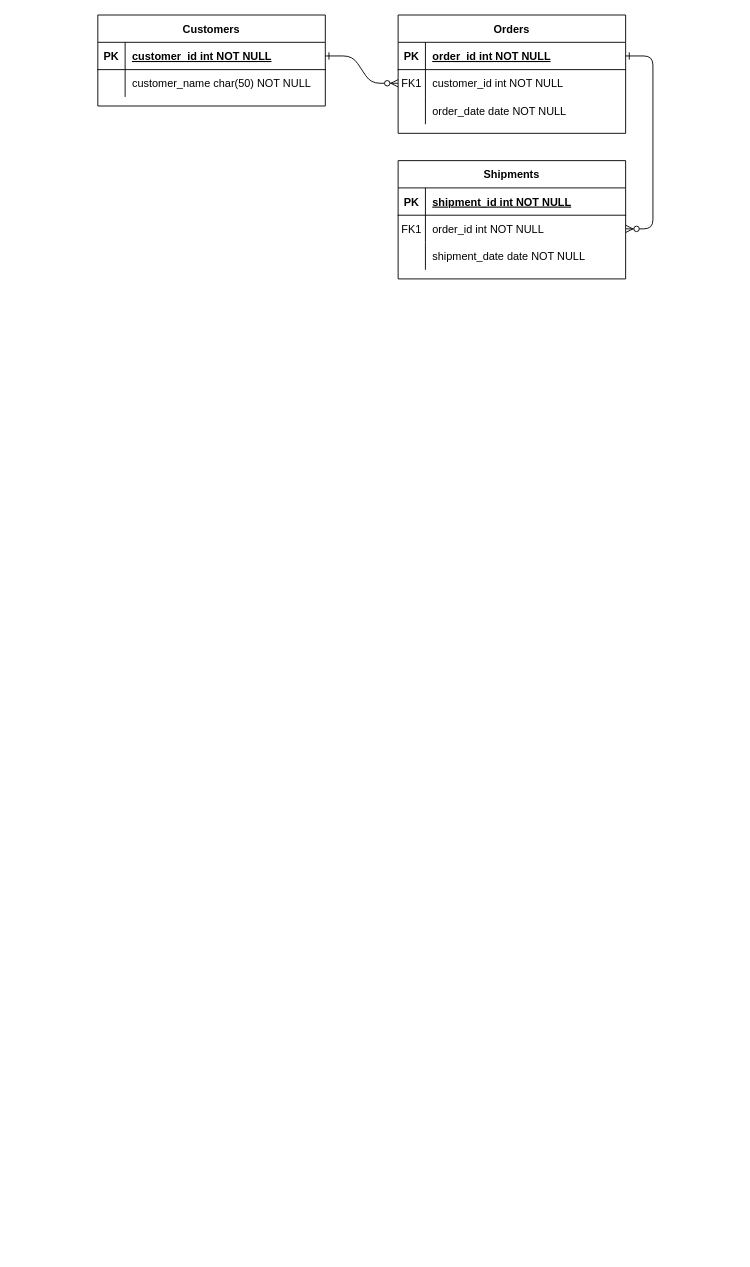
Before: Диаграмма без названия.drawio in chingachguk1977/Billboard_Tutorial, a draw.io diagram. Source tidied: cells renumbered, new cells numbered last; positions are measured from the earlier drawing's top-left corner, leaving out a move shared by most shapes. Both pictures are drawn from the tidied source at 91%, with x=0, y=0 at pixel (97, 15).
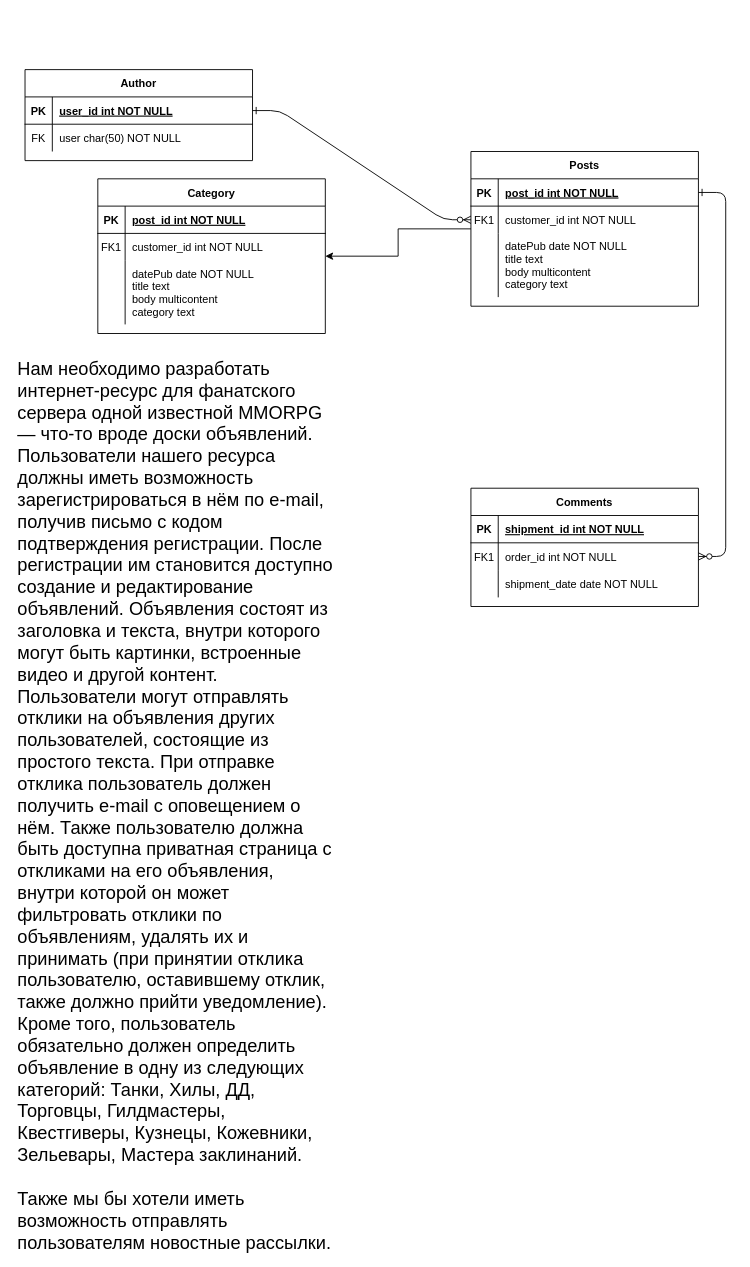
The same diagram, later.

Commit message:
Обновление Диаграмма моделей.drawio

Unchanged cells that the change refers to:
```xml
<mxCell id="5" style="shape=partialRectangle;fillColor=none;points=[[0,0.5],[1,0.5]];portConstraint=eastwest;top=0;left=0;right=0;bottom=1;" parent="4" vertex="1">
  <mxGeometry y="30" width="250" height="30" as="geometry" />
</mxCell>
<mxCell id="25" style="shape=partialRectangle;fillColor=none;points=[[0,0.5],[1,0.5]];portConstraint=eastwest;top=0;left=0;right=0;bottom=1;" parent="24" vertex="1">
  <mxGeometry y="30" width="250" height="30" as="geometry" />
</mxCell>
<mxCell id="28" style="shape=partialRectangle;fillColor=none;top=0;left=0;right=0;bottom=0;" parent="24" vertex="1">
  <mxGeometry y="60" width="250" height="30" as="geometry" />
</mxCell>
```

What changed in the source:
```diff
@@
+    <mxCell id="31" style="edgeStyle=orthogonalEdgeStyle;rounded=0;jettySize=auto;html=1;" parent="1" edge="1" source="4" target="33">
+      <mxGeometry relative="1" as="geometry" />
+    </mxCell>
-    <mxCell id="4" value="Orders" style="shape=table;startSize=30;childLayout=tableLayout;rowLines=0;fontStyle=1;align=center;" parent="1" vertex="1">
-      <mxGeometry x="330" width="250" height="130" as="geometry" />
+    <mxCell id="4" value="Posts" style="shape=table;startSize=30;childLayout=tableLayout;rowLines=0;fontStyle=1;align=center;" parent="1" vertex="1">
+      <mxGeometry x="410" y="150" width="250" height="170" as="geometry" />
     </mxCell>
@@
-    <mxCell id="7" value="order_id int NOT NULL " style="shape=partialRectangle;overflow=hidden;fillColor=none;top=0;left=0;bottom=0;right=0;align=left;spacingLeft=6;fontStyle=5;" parent="5" vertex="1">
+    <mxCell id="7" value="post_id int NOT NULL " style="shape=partialRectangle;overflow=hidden;fillColor=none;top=0;left=0;bottom=0;right=0;align=left;spacingLeft=6;fontStyle=5;" parent="5" vertex="1">
       <mxGeometry x="30" width="220" height="30" as="geometry" />
     </mxCell>
@@
     <mxCell id="11" style="shape=partialRectangle;fillColor=none;top=0;left=0;right=0;bottom=0;" parent="4" vertex="1">
-      <mxGeometry y="90" width="250" height="30" as="geometry" />
+      <mxGeometry y="90" width="250" height="70" as="geometry" />
     </mxCell>
     <mxCell id="12" style="shape=partialRectangle;overflow=hidden;fillColor=none;top=0;left=0;bottom=0;right=0;" parent="11" vertex="1">
-      <mxGeometry width="30" height="30" as="geometry" />
+      <mxGeometry width="30" height="70" as="geometry" />
     </mxCell>
-    <mxCell id="13" value="order_date date NOT NULL" style="shape=partialRectangle;overflow=hidden;fillColor=none;top=0;left=0;bottom=0;right=0;align=left;spacingLeft=6;" parent="11" vertex="1">
-      <mxGeometry x="30" width="220" height="30" as="geometry" />
+    <mxCell id="13" value="datePub date NOT NULL&#10;title text&#10;body multicontent&#10;category text" style="shape=partialRectangle;overflow=hidden;fillColor=none;top=0;left=0;bottom=0;right=0;align=left;spacingLeft=6;" parent="11" vertex="1">
+      <mxGeometry x="30" width="220" height="70" as="geometry" />
     </mxCell>
-    <mxCell id="14" value="Shipments" style="shape=table;startSize=30;childLayout=tableLayout;rowLines=0;fontStyle=1;align=center;" parent="1" vertex="1">
-      <mxGeometry x="330" y="160" width="250" height="130" as="geometry" />
+    <mxCell id="14" value="Comments" style="shape=table;startSize=30;childLayout=tableLayout;rowLines=0;fontStyle=1;align=center;" parent="1" vertex="1">
+      <mxGeometry x="410" y="520" width="250" height="130" as="geometry" />
     </mxCell>
@@
-    <mxCell id="24" value="Customers" style="shape=table;startSize=30;childLayout=tableLayout;rowLines=0;fontStyle=1;align=center;" parent="1" vertex="1">
-      <mxGeometry width="250" height="100" as="geometry" />
+    <mxCell id="24" value="Author" style="shape=table;startSize=30;childLayout=tableLayout;rowLines=0;fontStyle=1;align=center;" parent="1" vertex="1">
+      <mxGeometry x="-80" y="60" width="250" height="100" as="geometry" />
     </mxCell>
@@
-    <mxCell id="27" value="customer_id int NOT NULL " style="shape=partialRectangle;overflow=hidden;fillColor=none;top=0;left=0;bottom=0;right=0;align=left;spacingLeft=6;fontStyle=5;" parent="25" vertex="1">
+    <mxCell id="27" value="user_id int NOT NULL " style="shape=partialRectangle;overflow=hidden;fillColor=none;top=0;left=0;bottom=0;right=0;align=left;spacingLeft=6;fontStyle=5;" parent="25" vertex="1">
       <mxGeometry x="30" width="220" height="30" as="geometry" />
     </mxCell>
@@
-    <mxCell id="29" style="shape=partialRectangle;overflow=hidden;fillColor=none;top=0;left=0;bottom=0;right=0;" parent="28" vertex="1">
+    <mxCell id="29" value="FK" style="shape=partialRectangle;overflow=hidden;fillColor=none;top=0;left=0;bottom=0;right=0;" parent="28" vertex="1">
       <mxGeometry width="30" height="30" as="geometry" />
     </mxCell>
-    <mxCell id="30" value="customer_name char(50) NOT NULL" style="shape=partialRectangle;overflow=hidden;fillColor=none;top=0;left=0;bottom=0;right=0;align=left;spacingLeft=6;" parent="28" vertex="1">
+    <mxCell id="30" value="user char(50) NOT NULL" style="shape=partialRectangle;overflow=hidden;fillColor=none;top=0;left=0;bottom=0;right=0;align=left;spacingLeft=6;" parent="28" vertex="1">
       <mxGeometry x="30" width="220" height="30" as="geometry" />
     </mxCell>
+    <mxCell id="32" value="&lt;span style=&quot;color: rgb(0, 0, 0); font-family: &amp;quot;Source Sans Pro&amp;quot;; font-size: 20px; font-style: normal; font-variant-ligatures: normal; font-variant-caps: normal; font-weight: 400; letter-spacing: normal; orphans: 2; text-align: start; text-indent: 0px; text-transform: none; widows: 2; word-spacing: 0px; -webkit-text-stroke-width: 0px; background-color: rgb(255, 255, 255); text-decoration-thickness: initial; text-decoration-style: initial; text-decoration-color: initial; float: none; display: inline !important;&quot;&gt;Нам необходимо разработать интернет-ресурс для фанатского сервера одной известной MMORPG — что-то вроде доски объявлений. Пользователи нашего ресурса должны иметь возможность зарегистрироваться в нём по e-mail, получив письмо с кодом подтверждения регистрации. После регистрации им становится доступно создание и редактирование объявлений. Объявления состоят из заголовка и текста, внутри которого могут быть картинки, встроенные видео и другой контент. Пользователи могут отправлять отклики на объявления других пользователей, состоящие из простого текста. При отправке отклика пользователь должен получить e-mail с оповещением о нём. Также пользователю должна быть доступна приватная страница с откликами на его объявления, внутри которой он может фильтровать отклики по объявлениям, удалять их и принимать (при принятии отклика пользователю, оставившему отклик, также должно прийти уведомление). Кроме того, пользователь обязательно должен определить объявление в одну из следующих категорий: Танки, Хилы, ДД, Торговцы, Гилдмастеры, Квестгиверы, Кузнецы, Кожевники, Зельевары, Мастера заклинаний.&lt;/span&gt;&lt;div style=&quot;-webkit-font-smoothing: antialiased; box-sizing: border-box; margin: 0px; padding: 0px; border: 0px; vertical-align: baseline; pointer-events: auto; color: rgb(0, 0, 0); font-family: &amp;quot;Source Sans Pro&amp;quot;; font-size: 20px; font-style: normal; font-variant-ligatures: normal; font-variant-caps: normal; font-weight: 400; letter-spacing: normal; orphans: 2; text-align: start; text-indent: 0px; text-transform: none; widows: 2; word-spacing: 0px; -webkit-text-stroke-width: 0px; background-color: rgb(255, 255, 255); text-decoration-thickness: initial; text-decoration-style: initial; text-decoration-color: initial; outline: none !important; -webkit-tap-highlight-color: transparent !important;&quot;&gt;&lt;br style=&quot;-webkit-font-smoothing: antialiased; box-sizing: border-box; outline: none !important; pointer-events: none !important; -webkit-tap-highlight-color: transparent !important;&quot;&gt;&lt;/div&gt;&lt;div style=&quot;-webkit-font-smoothing: antialiased; box-sizing: border-box; margin: 0px; padding: 0px; border: 0px; vertical-align: baseline; pointer-events: auto; color: rgb(0, 0, 0); font-family: &amp;quot;Source Sans Pro&amp;quot;; font-size: 20px; font-style: normal; font-variant-ligatures: normal; font-variant-caps: normal; font-weight: 400; letter-spacing: normal; orphans: 2; text-align: start; text-indent: 0px; text-transform: none; widows: 2; word-spacing: 0px; -webkit-text-stroke-width: 0px; background-color: rgb(255, 255, 255); text-decoration-thickness: initial; text-decoration-style: initial; text-decoration-color: initial; outline: none !important; -webkit-tap-highlight-color: transparent !important;&quot;&gt;Также мы бы хотели иметь возможность отправлять пользователям новостные рассылки.&lt;/div&gt;" style="text;whiteSpace=wrap;html=1;" parent="1" vertex="1">
+      <mxGeometry x="-90" y="370" width="350" height="910" as="geometry" />
+    </mxCell>
+    <mxCell id="33" value="Category" style="shape=table;startSize=30;childLayout=tableLayout;rowLines=0;fontStyle=1;align=center;" parent="1" vertex="1">
+      <mxGeometry y="180" width="250" height="170" as="geometry" />
+    </mxCell>
+    <mxCell id="34" style="shape=partialRectangle;fillColor=none;top=0;left=0;right=0;bottom=1;" parent="33" vertex="1">
+      <mxGeometry y="30" width="250" height="30" as="geometry" />
+    </mxCell>
+    <mxCell id="35" value="PK" style="shape=partialRectangle;overflow=hidden;fillColor=none;top=0;left=0;bottom=0;right=0;fontStyle=1;" parent="34" vertex="1">
+      <mxGeometry width="30" height="30" as="geometry" />
+    </mxCell>
+    <mxCell id="36" value="post_id int NOT NULL " style="shape=partialRectangle;overflow=hidden;fillColor=none;top=0;left=0;bottom=0;right=0;align=left;spacingLeft=6;fontStyle=5;" parent="34" vertex="1">
+      <mxGeometry x="30" width="220" height="30" as="geometry" />
+    </mxCell>
+    <mxCell id="37" style="shape=partialRectangle;fillColor=none;top=0;left=0;right=0;bottom=0;" parent="33" vertex="1">
+      <mxGeometry y="60" width="250" height="30" as="geometry" />
+    </mxCell>
+    <mxCell id="38" value="FK1" style="shape=partialRectangle;overflow=hidden;fillColor=none;top=0;left=0;bottom=0;right=0;" parent="37" vertex="1">
+      <mxGeometry width="30" height="30" as="geometry" />
+    </mxCell>
+    <mxCell id="39" value="customer_id int NOT NULL" style="shape=partialRectangle;overflow=hidden;fillColor=none;top=0;left=0;bottom=0;right=0;align=left;spacingLeft=6;" parent="37" vertex="1">
+      <mxGeometry x="30" width="220" height="30" as="geometry" />
+    </mxCell>
+    <mxCell id="40" style="shape=partialRectangle;fillColor=none;top=0;left=0;right=0;bottom=0;" parent="33" vertex="1">
+      <mxGeometry y="90" width="250" height="70" as="geometry" />
+    </mxCell>
+    <mxCell id="41" style="shape=partialRectangle;overflow=hidden;fillColor=none;top=0;left=0;bottom=0;right=0;" parent="40" vertex="1">
+      <mxGeometry width="30" height="70" as="geometry" />
+    </mxCell>
+    <mxCell id="42" value="datePub date NOT NULL&#10;title text&#10;body multicontent&#10;category text" style="shape=partialRectangle;overflow=hidden;fillColor=none;top=0;left=0;bottom=0;right=0;align=left;spacingLeft=6;" parent="40" vertex="1">
+      <mxGeometry x="30" width="220" height="70" as="geometry" />
+    </mxCell>
```
